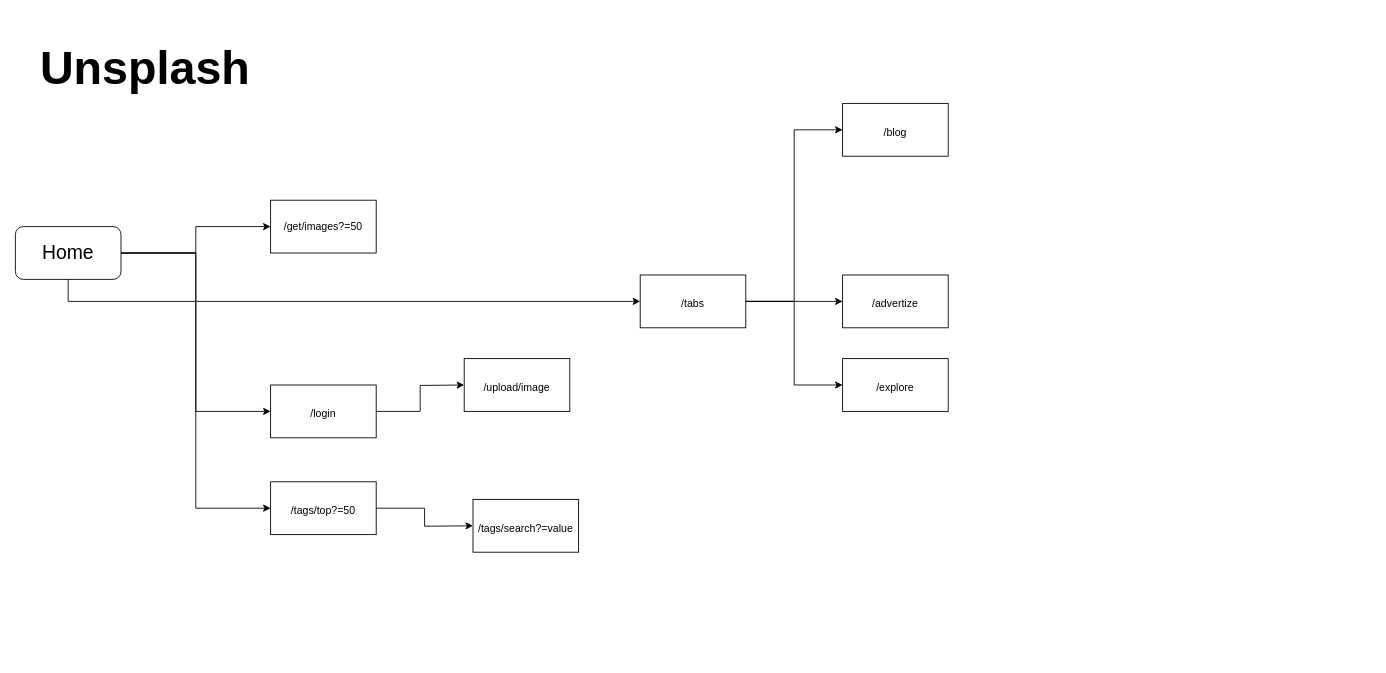
The draw.io diagram architecture/latest-diagrams.drawio in farukhsk09/100-days-of-code, before the edit. Source tidied: cells renumbered, new cells numbered last; positions are measured from the earlier drawing's top-left corner, leaving out a move shared by most shapes. Both pictures are drawn from the tidied source at 88%, with x=0, y=0 at pixel (15, 15).
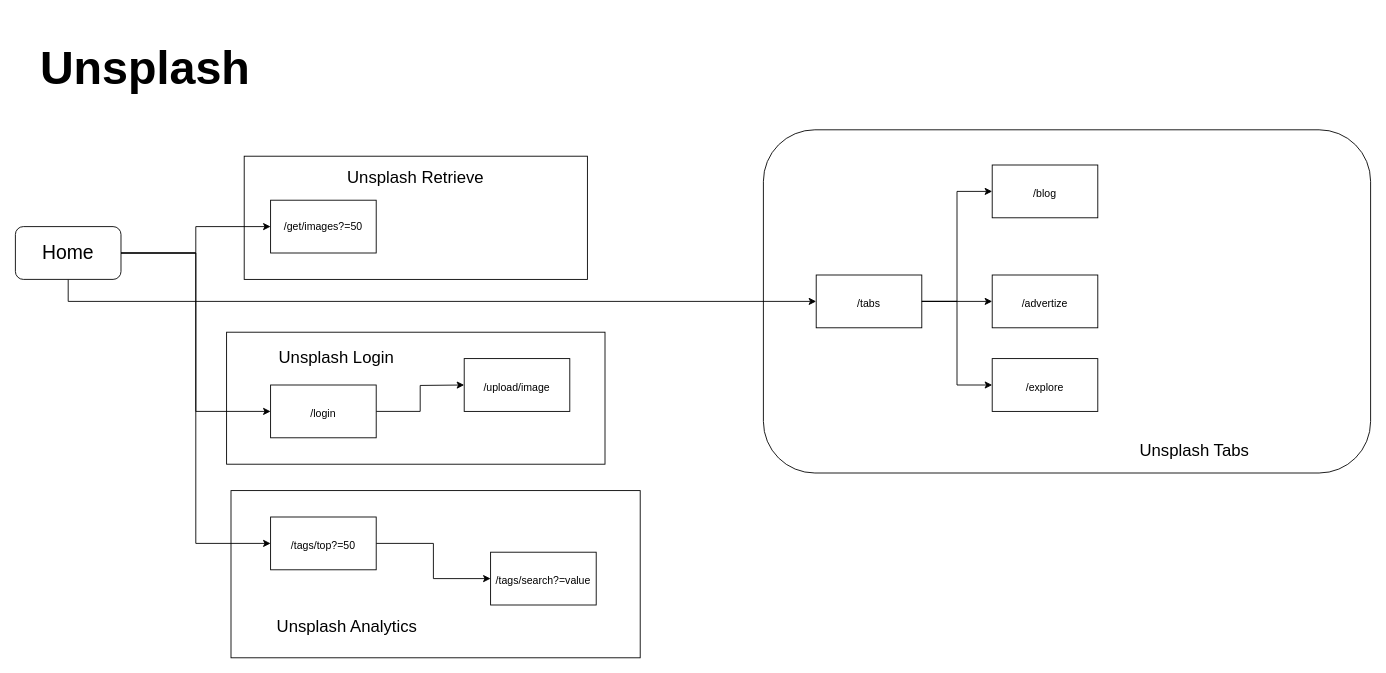
After the change.

What changed in the source:
```diff
@@
+    <mxCell id="22" style="rounded=1;whiteSpace=wrap;html=1;fontSize=19;" parent="1" vertex="1">
+      <mxGeometry x="850" y="130" width="690" height="390" as="geometry" />
+    </mxCell>
+    <mxCell id="23" style="rounded=0;whiteSpace=wrap;html=1;" parent="1" vertex="1">
+      <mxGeometry x="245" y="540" width="465" height="190" as="geometry" />
+    </mxCell>
+    <mxCell id="24" style="rounded=0;whiteSpace=wrap;html=1;" parent="1" vertex="1">
+      <mxGeometry x="240" y="360" width="430" height="150" as="geometry" />
+    </mxCell>
+    <mxCell id="25" style="rounded=0;whiteSpace=wrap;html=1;" parent="1" vertex="1">
+      <mxGeometry x="260" y="160" width="390" height="140" as="geometry" />
+    </mxCell>
@@
+    <mxCell id="26" style="edgeStyle=orthogonalEdgeStyle;rounded=0;jettySize=auto;html=1;entryX=0;entryY=0.5;entryDx=0;entryDy=0;fontSize=19;" parent="1" edge="1" source="19" target="20">
+      <mxGeometry relative="1" as="geometry" />
+    </mxCell>
+    <mxCell id="19" value="&lt;font style=&quot;font-size: 12px&quot;&gt;/tags/top?=50&lt;/font&gt;" style="rounded=0;whiteSpace=wrap;html=1;fontSize=22;" parent="1" vertex="1">
+      <mxGeometry x="290" y="570" width="120" height="60" as="geometry" />
+    </mxCell>
+    <mxCell id="20" value="&lt;font style=&quot;font-size: 12px&quot;&gt;/tags/search?=value&lt;/font&gt;" style="rounded=0;whiteSpace=wrap;html=1;fontSize=22;" parent="1" vertex="1">
+      <mxGeometry x="540" y="610" width="120" height="60" as="geometry" />
+    </mxCell>
+    <mxCell id="21" value="&lt;font style=&quot;font-size: 12px&quot;&gt;/upload/image&lt;/font&gt;" style="rounded=0;whiteSpace=wrap;html=1;fontSize=22;" parent="1" vertex="1">
+      <mxGeometry x="510" y="390" width="120" height="60" as="geometry" />
+    </mxCell>
+    <mxCell id="27" value="&lt;font style=&quot;font-size: 19px&quot;&gt;Unsplash Retrieve&lt;/font&gt;" style="text;html=1;strokeColor=none;fillColor=none;align=center;verticalAlign=middle;whiteSpace=wrap;rounded=0;" parent="1" vertex="1">
+      <mxGeometry x="350" y="170" width="210" height="30" as="geometry" />
+    </mxCell>
+    <mxCell id="28" value="&lt;font style=&quot;font-size: 19px&quot;&gt;Unsplash Login&lt;/font&gt;" style="text;html=1;strokeColor=none;fillColor=none;align=center;verticalAlign=middle;whiteSpace=wrap;rounded=0;" parent="1" vertex="1">
+      <mxGeometry x="260" y="375" width="210" height="30" as="geometry" />
+    </mxCell>
+    <mxCell id="29" value="&lt;font style=&quot;font-size: 19px&quot;&gt;Unsplash Analytics&lt;/font&gt;" style="text;html=1;strokeColor=none;fillColor=none;align=center;verticalAlign=middle;whiteSpace=wrap;rounded=0;" parent="1" vertex="1">
+      <mxGeometry x="272" y="680" width="210" height="30" as="geometry" />
+    </mxCell>
     <mxCell id="11" value="&lt;font style=&quot;font-size: 12px&quot;&gt;/explore&lt;/font&gt;" style="whiteSpace=wrap;html=1;fontSize=22;rounded=0;" parent="1" vertex="1">
-      <mxGeometry x="940" y="390" width="120" height="60" as="geometry" />
+      <mxGeometry x="1110" y="390" width="120" height="60" as="geometry" />
     </mxCell>
@@
     <mxCell id="13" value="&lt;font style=&quot;font-size: 12px&quot;&gt;/tabs&lt;/font&gt;" style="rounded=0;whiteSpace=wrap;html=1;fontSize=22;" parent="1" vertex="1">
-      <mxGeometry x="710" y="295" width="120" height="60" as="geometry" />
+      <mxGeometry x="910" y="295" width="120" height="60" as="geometry" />
     </mxCell>
     <mxCell id="14" value="&lt;font style=&quot;font-size: 12px&quot;&gt;/advertize&lt;/font&gt;" style="whiteSpace=wrap;html=1;fontSize=22;rounded=0;" parent="1" vertex="1">
-      <mxGeometry x="940" y="295" width="120" height="60" as="geometry" />
+      <mxGeometry x="1110" y="295" width="120" height="60" as="geometry" />
     </mxCell>
@@
     <mxCell id="16" value="&lt;font style=&quot;font-size: 12px&quot;&gt;/blog&lt;/font&gt;" style="whiteSpace=wrap;html=1;fontSize=22;rounded=0;" parent="1" vertex="1">
-      <mxGeometry x="940" y="100" width="120" height="60" as="geometry" />
+      <mxGeometry x="1110" y="170" width="120" height="60" as="geometry" />
     </mxCell>
@@
-    <mxCell id="18" style="edgeStyle=orthogonalEdgeStyle;rounded=0;jettySize=auto;html=1;fontSize=12;" parent="1" edge="1" source="19">
-      <mxGeometry relative="1" as="geometry">
-        <mxPoint x="520" y="580" as="targetPoint" />
-      </mxGeometry>
-    </mxCell>
-    <mxCell id="19" value="&lt;font style=&quot;font-size: 12px&quot;&gt;/tags/top?=50&lt;/font&gt;" style="rounded=0;whiteSpace=wrap;html=1;fontSize=22;" parent="1" vertex="1">
-      <mxGeometry x="290" y="530" width="120" height="60" as="geometry" />
-    </mxCell>
-    <mxCell id="20" value="&lt;font style=&quot;font-size: 12px&quot;&gt;/tags/search?=value&lt;/font&gt;" style="rounded=0;whiteSpace=wrap;html=1;fontSize=22;" parent="1" vertex="1">
-      <mxGeometry x="520" y="550" width="120" height="60" as="geometry" />
-    </mxCell>
-    <mxCell id="21" value="&lt;font style=&quot;font-size: 12px&quot;&gt;/upload/image&lt;/font&gt;" style="rounded=0;whiteSpace=wrap;html=1;fontSize=22;" parent="1" vertex="1">
-      <mxGeometry x="510" y="390" width="120" height="60" as="geometry" />
-    </mxCell>
+    <mxCell id="30" value="Unsplash Tabs" style="text;html=1;strokeColor=none;fillColor=none;align=center;verticalAlign=middle;whiteSpace=wrap;rounded=0;fontSize=19;" parent="1" vertex="1">
+      <mxGeometry x="1240" y="480" width="200" height="30" as="geometry" />
+    </mxCell>
```
